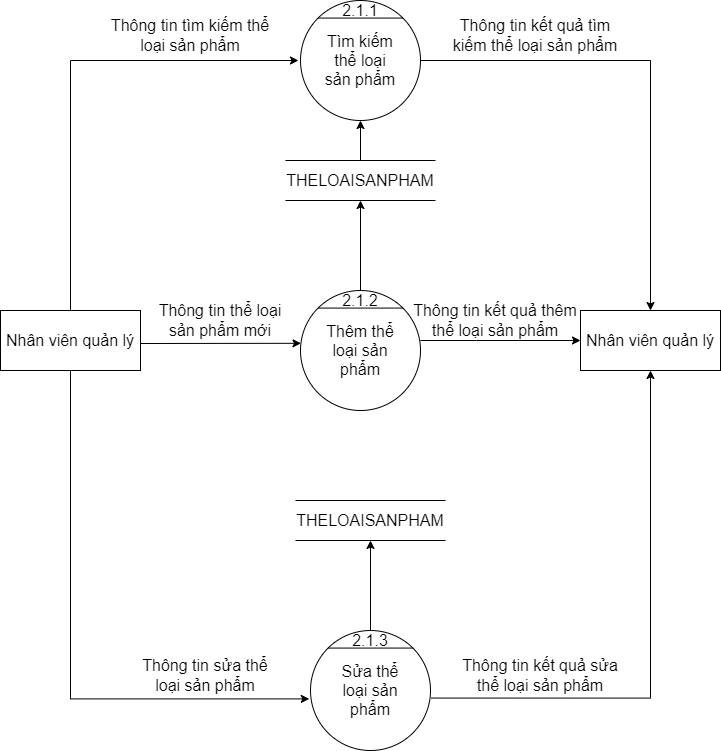
Before: BFD&DFD/BFD&DFD mức 0, 1, 2, 3/DFD_2_QLClassify.png, a diagram exported from draw.io (hungtadasuke/CoffeShop_SoftwareTechnology). Source tidied: cells renumbered, new cells last; positions are measured from the earlier drawing's top-left corner, leaving out a move shared by most shapes.
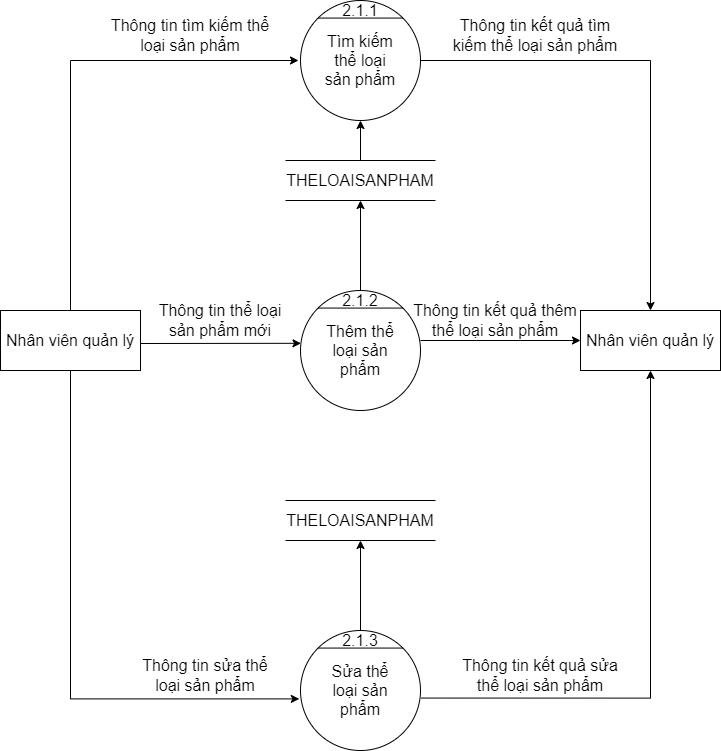
Above is the later version.

What changed in the source:
```diff
@@ -21,13 +21,13 @@
       <mxGeometry x="320" y="335" width="80" height="30" as="geometry" />
     </mxCell>
     <mxCell id="8" style="ellipse;whiteSpace=wrap;html=1;fontSize=16;" parent="1" vertex="1">
-      <mxGeometry x="310" y="630" width="120" height="120" as="geometry" />
+      <mxGeometry x="300" y="630" width="120" height="120" as="geometry" />
     </mxCell>
     <mxCell id="9" style="endArrow=none;html=1;rounded=0;exitX=0;exitY=0;exitDx=0;exitDy=0;entryX=1;entryY=0;entryDx=0;entryDy=0;fontSize=16;" parent="1" edge="1" source="8" target="8">
       <mxGeometry relative="1" as="geometry" />
     </mxCell>
     <mxCell id="10" value="&lt;font style=&quot;font-size: 16px&quot;&gt;Sửa thể loại sản phẩm&lt;/font&gt;" style="text;html=1;strokeColor=none;fillColor=none;align=center;verticalAlign=middle;whiteSpace=wrap;rounded=0;fontSize=16;" parent="1" vertex="1">
-      <mxGeometry x="330" y="675" width="80" height="30" as="geometry" />
+      <mxGeometry x="320" y="675" width="80" height="30" as="geometry" />
     </mxCell>
     <mxCell id="11" value="Nhân viên quản lý" style="rounded=0;whiteSpace=wrap;html=1;fontSize=16;" parent="1" vertex="1">
       <mxGeometry y="310" width="140" height="60" as="geometry" />
@@ -42,7 +42,7 @@
       <mxGeometry x="340" y="290" width="40" height="20" as="geometry" />
     </mxCell>
     <mxCell id="15" value="&lt;font style=&quot;font-size: 16px&quot;&gt;2.1.3&lt;/font&gt;" style="text;html=1;strokeColor=none;fillColor=none;align=center;verticalAlign=middle;whiteSpace=wrap;rounded=0;" parent="1" vertex="1">
-      <mxGeometry x="340" y="630" width="60" height="20" as="geometry" />
+      <mxGeometry x="335" y="630" width="50" height="20" as="geometry" />
     </mxCell>
     <mxCell id="16" style="edgeStyle=segmentEdgeStyle;endArrow=classic;html=1;rounded=0;fontSize=16;exitX=0.5;exitY=0;exitDx=0;exitDy=0;" parent="1" edge="1" source="11">
       <mxGeometry relative="1" as="geometry">
@@ -90,15 +90,15 @@
       <mxGeometry x="450" y="20" width="170" height="30" as="geometry" />
     </mxCell>
     <mxCell id="25" value="THELOAISANPHAM" style="shape=partialRectangle;whiteSpace=wrap;html=1;left=0;right=0;fillColor=none;fontSize=16;" parent="1" vertex="1">
-      <mxGeometry x="295" y="500" width="150" height="40" as="geometry" />
+      <mxGeometry x="285" y="500" width="150" height="40" as="geometry" />
     </mxCell>
     <mxCell id="26" style="endArrow=classic;html=1;rounded=0;fontSize=16;entryX=0.5;entryY=1;entryDx=0;entryDy=0;exitX=0.5;exitY=0;exitDx=0;exitDy=0;" parent="1" edge="1" source="22" target="2">
       <mxGeometry relative="1" as="geometry" />
     </mxCell>
-    <mxCell id="27" style="endArrow=classic;html=1;rounded=0;fontSize=16;entryX=0.5;entryY=1;entryDx=0;entryDy=0;exitX=0.5;exitY=0;exitDx=0;exitDy=0;" parent="1" edge="1" source="14" target="22">
+    <mxCell id="27" style="endArrow=classic;html=1;rounded=0;fontSize=16;exitX=0.5;exitY=0;exitDx=0;exitDy=0;entryX=0.5;entryY=1;entryDx=0;entryDy=0;" parent="1" edge="1" source="14" target="22">
       <mxGeometry relative="1" as="geometry" />
     </mxCell>
-    <mxCell id="28" style="endArrow=classic;html=1;rounded=0;fontSize=16;entryX=0.5;entryY=1;entryDx=0;entryDy=0;exitX=0.5;exitY=0;exitDx=0;exitDy=0;" parent="1" edge="1" source="15" target="25">
+    <mxCell id="28" style="endArrow=classic;html=1;rounded=0;fontSize=16;exitX=0.5;exitY=0;exitDx=0;exitDy=0;entryX=0.5;entryY=1;entryDx=0;entryDy=0;" parent="1" edge="1" source="15" target="25">
       <mxGeometry relative="1" as="geometry" />
     </mxCell>
     <mxCell id="29" value="Thông tin thể loại sản phẩm mới" style="text;html=1;strokeColor=none;fillColor=none;align=center;verticalAlign=middle;whiteSpace=wrap;rounded=0;fontSize=16;" parent="1" vertex="1">
```
